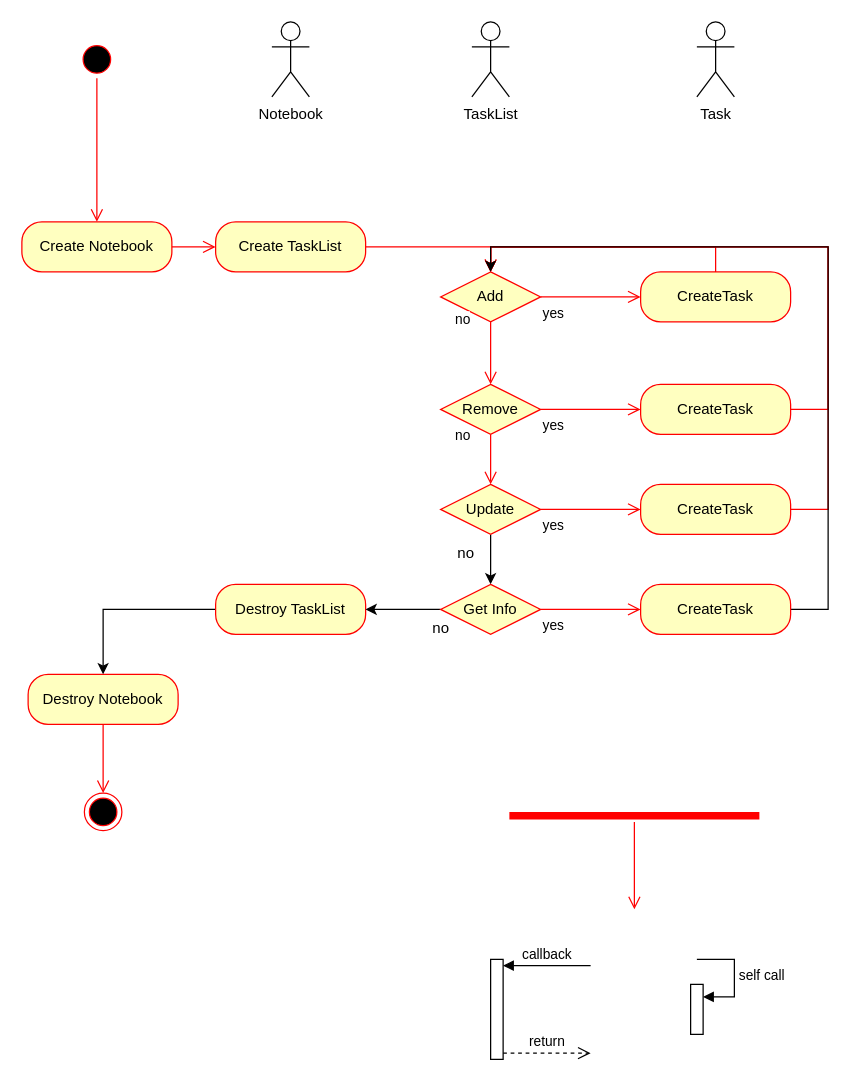
The draw.io diagram ДиаграммаСостояний.drawio in NemirovichMark/Example, before the edit. Source tidied: cells renumbered, new cells numbered last; positions are measured from the earlier drawing's top-left corner, leaving out a move shared by most shapes. Both pictures are drawn from the tidied source at 125%, with x=0, y=0 at pixel (21, 21).
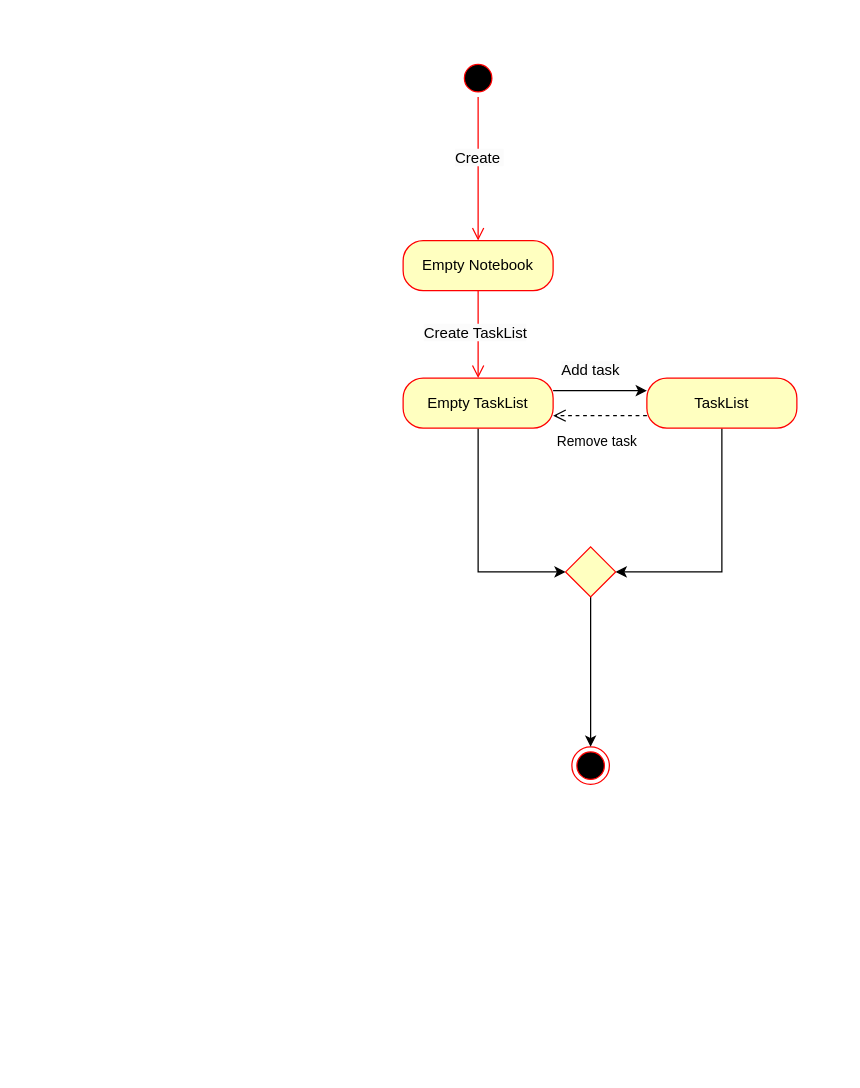
The same diagram, later.

Diff of the diagram source:
```diff
@@
     <mxCell id="2" style="ellipse;html=1;shape=startState;fillColor=#000000;strokeColor=#ff0000;" parent="1" vertex="1">
-      <mxGeometry x="45" y="15" width="30" height="30" as="geometry" />
+      <mxGeometry x="350" y="30" width="30" height="30" as="geometry" />
     </mxCell>
     <mxCell id="3" style="edgeStyle=orthogonalEdgeStyle;html=1;verticalAlign=bottom;endArrow=open;endSize=8;strokeColor=#ff0000;rounded=0;" parent="1" edge="1" source="2" target="4">
       <mxGeometry relative="1" as="geometry">
         <Array as="points">
-          <mxPoint x="120" y="170" />
-          <mxPoint x="200" y="170" />
+          <mxPoint x="425" y="185" />
+          <mxPoint x="505" y="185" />
         </Array>
       </mxGeometry>
     </mxCell>
-    <mxCell id="4" value="Create Notebook" style="rounded=1;whiteSpace=wrap;html=1;arcSize=40;fontColor=#000000;fillColor=#ffffc0;strokeColor=#ff0000;" parent="1" vertex="1">
-      <mxGeometry y="160" width="120" height="40" as="geometry" />
+    <mxCell id="4" value="Empty Notebook" style="rounded=1;whiteSpace=wrap;html=1;arcSize=40;fontColor=#000000;fillColor=#ffffc0;strokeColor=#ff0000;" parent="1" vertex="1">
+      <mxGeometry x="305" y="175" width="120" height="40" as="geometry" />
     </mxCell>
-    <mxCell id="5" style="edgeStyle=orthogonalEdgeStyle;html=1;verticalAlign=bottom;endArrow=open;endSize=8;strokeColor=#ff0000;rounded=0;" parent="1" edge="1" source="4">
-      <mxGeometry relative="1" as="geometry">
-        <mxPoint x="155" y="180" as="targetPoint" />
-      </mxGeometry>
+    <mxCell id="5" style="edgeStyle=orthogonalEdgeStyle;html=1;verticalAlign=bottom;endArrow=open;endSize=8;strokeColor=#ff0000;rounded=0;" parent="1" edge="1" source="4" target="49">
+      <mxGeometry relative="1" as="geometry" />
     </mxCell>
     <mxCell id="6" style="ellipse;html=1;shape=endState;fillColor=#000000;strokeColor=#ff0000;" parent="1" vertex="1">
-      <mxGeometry x="50" y="617" width="30" height="30" as="geometry" />
+      <mxGeometry x="440" y="580" width="30" height="30" as="geometry" />
     </mxCell>
-    <mxCell id="7" value="&lt;span style=&quot;text-wrap: wrap;&quot;&gt;Notebook&lt;/span&gt;" style="shape=umlActor;verticalLabelPosition=bottom;verticalAlign=top;html=1;" parent="1" vertex="1">
-      <mxGeometry x="200" width="30" height="60" as="geometry" />
-    </mxCell>
-    <mxCell id="8" value="TaskList" style="shape=umlActor;verticalLabelPosition=bottom;verticalAlign=top;html=1;" parent="1" vertex="1">
-      <mxGeometry x="360" width="30" height="60" as="geometry" />
-    </mxCell>
-    <mxCell id="9" value="Task" style="shape=umlActor;verticalLabelPosition=bottom;verticalAlign=top;html=1;" parent="1" vertex="1">
-      <mxGeometry x="540" width="30" height="60" as="geometry" />
-    </mxCell>
+    <mxCell id="45" style="edgeStyle=orthogonalEdgeStyle;rounded=0;jettySize=auto;html=1;exitX=0.5;exitY=1;exitDx=0;exitDy=0;entryX=1;entryY=0.5;entryDx=0;entryDy=0;" parent="1" edge="1" source="15" target="53">
+      <mxGeometry relative="1" as="geometry" />
+    </mxCell>
+    <mxCell id="15" value="TaskList" style="rounded=1;whiteSpace=wrap;html=1;arcSize=40;fontColor=#000000;fillColor=#ffffc0;strokeColor=#ff0000;" parent="1" vertex="1">
+      <mxGeometry x="500" y="285" width="120" height="40" as="geometry" />
+    </mxCell>
+    <mxCell id="46" value="&lt;span style=&quot;color: rgb(0, 0, 0); font-family: Helvetica; font-size: 12px; font-style: normal; font-variant-ligatures: normal; font-variant-caps: normal; font-weight: 400; letter-spacing: normal; orphans: 2; text-align: center; text-indent: 0px; text-transform: none; widows: 2; word-spacing: 0px; -webkit-text-stroke-width: 0px; white-space: normal; background-color: rgb(251, 251, 251); text-decoration-thickness: initial; text-decoration-style: initial; text-decoration-color: initial; display: inline !important; float: none;&quot;&gt;Create&lt;span&gt;&amp;nbsp;&lt;/span&gt;&lt;/span&gt;" style="text;whiteSpace=wrap;html=1;" parent="1" vertex="1">
+      <mxGeometry x="345" y="95" width="40" height="30" as="geometry" />
+    </mxCell>
+    <mxCell id="47" style="edgeStyle=orthogonalEdgeStyle;rounded=0;jettySize=auto;html=1;exitX=1;exitY=0.25;exitDx=0;exitDy=0;entryX=0;entryY=0.25;entryDx=0;entryDy=0;" parent="1" edge="1" source="49" target="15">
+      <mxGeometry relative="1" as="geometry" />
+    </mxCell>
+    <mxCell id="48" style="edgeStyle=orthogonalEdgeStyle;rounded=0;jettySize=auto;html=1;exitX=0.5;exitY=1;exitDx=0;exitDy=0;entryX=0;entryY=0.5;entryDx=0;entryDy=0;" parent="1" edge="1" source="49" target="53">
+      <mxGeometry relative="1" as="geometry" />
+    </mxCell>
+    <mxCell id="49" value="Empty TaskList" style="rounded=1;whiteSpace=wrap;html=1;arcSize=40;fontColor=#000000;fillColor=#ffffc0;strokeColor=#ff0000;" parent="1" vertex="1">
+      <mxGeometry x="305" y="285" width="120" height="40" as="geometry" />
+    </mxCell>
-    <mxCell id="10" value="Create TaskList" style="rounded=1;whiteSpace=wrap;html=1;arcSize=40;fontColor=#000000;fillColor=#ffffc0;strokeColor=#ff0000;" parent="1" vertex="1">
-      <mxGeometry x="155" y="160" width="120" height="40" as="geometry" />
+    <mxCell id="10" value="&lt;span style=&quot;color: rgb(0, 0, 0); font-family: Helvetica; font-size: 12px; font-style: normal; font-variant-ligatures: normal; font-variant-caps: normal; font-weight: 400; letter-spacing: normal; orphans: 2; text-align: center; text-indent: 0px; text-transform: none; widows: 2; word-spacing: 0px; -webkit-text-stroke-width: 0px; white-space: normal; background-color: rgb(251, 251, 251); text-decoration-thickness: initial; text-decoration-style: initial; text-decoration-color: initial; display: inline !important; float: none;&quot;&gt;Create TaskList&lt;/span&gt;" style="text;whiteSpace=wrap;html=1;" parent="1" vertex="1">
+      <mxGeometry x="320" y="235" width="90" height="20" as="geometry" />
     </mxCell>
-    <mxCell id="11" style="edgeStyle=orthogonalEdgeStyle;html=1;verticalAlign=bottom;endArrow=open;endSize=8;strokeColor=#ff0000;rounded=0;" parent="1" edge="1" source="10" target="16">
-      <mxGeometry relative="1" as="geometry">
-        <Array as="points">
-          <mxPoint x="375" y="180" />
-        </Array>
-      </mxGeometry>
-    </mxCell>
-    <mxCell id="12" value="Destroy Notebook" style="rounded=1;whiteSpace=wrap;html=1;arcSize=40;fontColor=#000000;fillColor=#ffffc0;strokeColor=#ff0000;" parent="1" vertex="1">
-      <mxGeometry x="5" y="522" width="120" height="40" as="geometry" />
-    </mxCell>
-    <mxCell id="13" style="edgeStyle=orthogonalEdgeStyle;html=1;verticalAlign=bottom;endArrow=open;endSize=8;strokeColor=#ff0000;rounded=0;" parent="1" edge="1" source="12" target="6">
-      <mxGeometry relative="1" as="geometry" />
-    </mxCell>
-    <mxCell id="14" style="edgeStyle=orthogonalEdgeStyle;rounded=0;jettySize=auto;html=1;exitX=0.5;exitY=0;exitDx=0;exitDy=0;entryX=0.5;entryY=0;entryDx=0;entryDy=0;strokeColor=#FF0000;" parent="1" edge="1" source="15" target="16">
-      <mxGeometry relative="1" as="geometry" />
-    </mxCell>
-    <mxCell id="15" value="CreateTask" style="rounded=1;whiteSpace=wrap;html=1;arcSize=40;fontColor=#000000;fillColor=#ffffc0;strokeColor=#ff0000;" parent="1" vertex="1">
-      <mxGeometry x="495" y="200" width="120" height="40" as="geometry" />
-    </mxCell>
-    <mxCell id="16" value="Add" style="rhombus;whiteSpace=wrap;html=1;fontColor=#000000;fillColor=#ffffc0;strokeColor=#ff0000;" parent="1" vertex="1">
-      <mxGeometry x="335" y="200" width="80" height="40" as="geometry" />
-    </mxCell>
-    <mxCell id="17" value="no" style="edgeStyle=orthogonalEdgeStyle;html=1;align=left;verticalAlign=bottom;endArrow=open;endSize=8;strokeColor=#ff0000;rounded=0;entryX=0.5;entryY=0;entryDx=0;entryDy=0;" parent="1" edge="1" source="16" target="23">
-      <mxGeometry x="-0.71" y="-30" relative="1" as="geometry" />
-    </mxCell>
-    <mxCell id="18" value="yes" style="edgeStyle=orthogonalEdgeStyle;html=1;align=left;verticalAlign=top;endArrow=open;endSize=8;strokeColor=#ff0000;rounded=0;" parent="1" edge="1" source="16" target="15">
-      <mxGeometry x="-1" relative="1" as="geometry" />
-    </mxCell>
-    <mxCell id="19" style="edgeStyle=orthogonalEdgeStyle;rounded=0;jettySize=auto;html=1;exitX=0;exitY=0.5;exitDx=0;exitDy=0;" parent="1" edge="1" source="20" target="12">
-      <mxGeometry relative="1" as="geometry" />
-    </mxCell>
-    <mxCell id="20" value="Destroy TaskList" style="rounded=1;whiteSpace=wrap;html=1;arcSize=40;fontColor=#000000;fillColor=#ffffc0;strokeColor=#ff0000;" parent="1" vertex="1">
-      <mxGeometry x="155" y="450" width="120" height="40" as="geometry" />
-    </mxCell>
-    <mxCell id="21" style="edgeStyle=orthogonalEdgeStyle;rounded=0;jettySize=auto;html=1;exitX=0.5;exitY=0;exitDx=0;exitDy=0;strokeColor=#FF0000;" parent="1" edge="1" source="22" target="16">
-      <mxGeometry relative="1" as="geometry">
-        <Array as="points">
-          <mxPoint x="555" y="310" />
-          <mxPoint x="645" y="310" />
-          <mxPoint x="645" y="180" />
-          <mxPoint x="375" y="180" />
-        </Array>
-      </mxGeometry>
-    </mxCell>
-    <mxCell id="22" value="CreateTask" style="rounded=1;whiteSpace=wrap;html=1;arcSize=40;fontColor=#000000;fillColor=#ffffc0;strokeColor=#ff0000;" parent="1" vertex="1">
-      <mxGeometry x="495" y="290" width="120" height="40" as="geometry" />
-    </mxCell>
-    <mxCell id="23" value="Remove" style="rhombus;whiteSpace=wrap;html=1;fontColor=#000000;fillColor=#ffffc0;strokeColor=#ff0000;" parent="1" vertex="1">
-      <mxGeometry x="335" y="290" width="80" height="40" as="geometry" />
-    </mxCell>
-    <mxCell id="24" value="yes" style="edgeStyle=orthogonalEdgeStyle;html=1;align=left;verticalAlign=top;endArrow=open;endSize=8;strokeColor=#ff0000;rounded=0;" parent="1" edge="1" source="23" target="22">
-      <mxGeometry x="-1" relative="1" as="geometry" />
-    </mxCell>
-    <mxCell id="25" style="edgeStyle=orthogonalEdgeStyle;rounded=0;jettySize=auto;html=1;exitX=1;exitY=0.5;exitDx=0;exitDy=0;strokeColor=#FF0000;" parent="1" edge="1" source="26" target="16">
-      <mxGeometry relative="1" as="geometry">
-        <Array as="points">
-          <mxPoint x="645" y="390" />
-          <mxPoint x="645" y="180" />
-          <mxPoint x="375" y="180" />
-        </Array>
-      </mxGeometry>
-    </mxCell>
-    <mxCell id="26" value="CreateTask" style="rounded=1;whiteSpace=wrap;html=1;arcSize=40;fontColor=#000000;fillColor=#ffffc0;strokeColor=#ff0000;" parent="1" vertex="1">
-      <mxGeometry x="495" y="370" width="120" height="40" as="geometry" />
-    </mxCell>
-    <mxCell id="27" style="edgeStyle=orthogonalEdgeStyle;rounded=0;jettySize=auto;html=1;exitX=0.5;exitY=1;exitDx=0;exitDy=0;" parent="1" edge="1" source="28" target="34">
-      <mxGeometry relative="1" as="geometry" />
-    </mxCell>
-    <mxCell id="28" value="Update" style="rhombus;whiteSpace=wrap;html=1;fontColor=#000000;fillColor=#ffffc0;strokeColor=#ff0000;" parent="1" vertex="1">
-      <mxGeometry x="335" y="370" width="80" height="40" as="geometry" />
-    </mxCell>
-    <mxCell id="29" value="yes" style="edgeStyle=orthogonalEdgeStyle;html=1;align=left;verticalAlign=top;endArrow=open;endSize=8;strokeColor=#ff0000;rounded=0;" parent="1" edge="1" source="28" target="26">
-      <mxGeometry x="-1" relative="1" as="geometry" />
-    </mxCell>
-    <mxCell id="30" value="no" style="edgeStyle=orthogonalEdgeStyle;html=1;align=left;verticalAlign=bottom;endArrow=open;endSize=8;strokeColor=#ff0000;rounded=0;entryX=0.5;entryY=0;entryDx=0;entryDy=0;exitX=0.5;exitY=1;exitDx=0;exitDy=0;" parent="1" edge="1" source="23" target="28">
-      <mxGeometry x="-0.5" y="-30" relative="1" as="geometry" />
-    </mxCell>
-    <mxCell id="31" style="edgeStyle=orthogonalEdgeStyle;rounded=0;jettySize=auto;html=1;exitX=1;exitY=0.5;exitDx=0;exitDy=0;" parent="1" edge="1" source="32" target="16">
-      <mxGeometry relative="1" as="geometry">
-        <Array as="points">
-          <mxPoint x="645" y="470" />
-          <mxPoint x="645" y="180" />
-          <mxPoint x="375" y="180" />
-        </Array>
-      </mxGeometry>
-    </mxCell>
-    <mxCell id="32" value="CreateTask" style="rounded=1;whiteSpace=wrap;html=1;arcSize=40;fontColor=#000000;fillColor=#ffffc0;strokeColor=#ff0000;" parent="1" vertex="1">
-      <mxGeometry x="495" y="450" width="120" height="40" as="geometry" />
-    </mxCell>
-    <mxCell id="33" style="edgeStyle=orthogonalEdgeStyle;rounded=0;jettySize=auto;html=1;exitX=0;exitY=0.5;exitDx=0;exitDy=0;" parent="1" edge="1" source="34" target="20">
-      <mxGeometry relative="1" as="geometry" />
-    </mxCell>
-    <mxCell id="34" value="Get Info" style="rhombus;whiteSpace=wrap;html=1;fontColor=#000000;fillColor=#ffffc0;strokeColor=#ff0000;" parent="1" vertex="1">
-      <mxGeometry x="335" y="450" width="80" height="40" as="geometry" />
-    </mxCell>
-    <mxCell id="35" value="yes" style="edgeStyle=orthogonalEdgeStyle;html=1;align=left;verticalAlign=top;endArrow=open;endSize=8;strokeColor=#ff0000;rounded=0;" parent="1" edge="1" source="34" target="32">
-      <mxGeometry x="-1" relative="1" as="geometry" />
-    </mxCell>
-    <mxCell id="36" value="no" style="text;html=1;align=center;verticalAlign=middle;strokeColor=none;fillColor=none;" parent="1" vertex="1">
-      <mxGeometry x="335" y="410" width="40" height="30" as="geometry" />
-    </mxCell>
-    <mxCell id="37" value="no" style="text;html=1;align=center;verticalAlign=middle;strokeColor=none;fillColor=none;" parent="1" vertex="1">
-      <mxGeometry x="315" y="470" width="40" height="30" as="geometry" />
-    </mxCell>
-    <mxCell id="38" style="shape=line;html=1;strokeWidth=6;strokeColor=#ff0000;" parent="1" vertex="1">
-      <mxGeometry x="390" y="630" width="200" height="10" as="geometry" />
-    </mxCell>
-    <mxCell id="39" style="edgeStyle=orthogonalEdgeStyle;html=1;verticalAlign=bottom;endArrow=open;endSize=8;strokeColor=#ff0000;rounded=0;" parent="1" edge="1" source="38">
-      <mxGeometry relative="1" as="geometry">
-        <mxPoint x="490" y="710" as="targetPoint" />
-      </mxGeometry>
-    </mxCell>
-    <mxCell id="40" style="html=1;points=[[0,0,0,0,5],[0,1,0,0,-5],[1,0,0,0,5],[1,1,0,0,-5]];perimeter=orthogonalPerimeter;outlineConnect=0;targetShapes=umlLifeline;portConstraint=eastwest;newEdgeStyle={&quot;curved&quot;:0,&quot;rounded&quot;:0};" parent="1" vertex="1">
-      <mxGeometry x="375" y="750" width="10" height="80" as="geometry" />
-    </mxCell>
-    <mxCell id="41" value="callback" style="html=1;verticalAlign=bottom;endArrow=block;curved=0;rounded=0;entryX=1;entryY=0;entryDx=0;entryDy=5;" parent="1" edge="1" target="40">
-      <mxGeometry relative="1" as="geometry">
-        <mxPoint x="455" y="755" as="sourcePoint" />
-      </mxGeometry>
-    </mxCell>
-    <mxCell id="42" value="return" style="html=1;verticalAlign=bottom;endArrow=open;dashed=1;endSize=8;curved=0;rounded=0;exitX=1;exitY=1;exitDx=0;exitDy=-5;" parent="1" edge="1" source="40">
-      <mxGeometry relative="1" as="geometry">
-        <mxPoint x="455" y="825" as="targetPoint" />
-      </mxGeometry>
-    </mxCell>
-    <mxCell id="43" style="html=1;points=[[0,0,0,0,5],[0,1,0,0,-5],[1,0,0,0,5],[1,1,0,0,-5]];perimeter=orthogonalPerimeter;outlineConnect=0;targetShapes=umlLifeline;portConstraint=eastwest;newEdgeStyle={&quot;curved&quot;:0,&quot;rounded&quot;:0};" parent="1" vertex="1">
-      <mxGeometry x="535" y="770" width="10" height="40" as="geometry" />
-    </mxCell>
-    <mxCell id="44" value="self call" style="html=1;align=left;spacingLeft=2;endArrow=block;rounded=0;edgeStyle=orthogonalEdgeStyle;curved=0;rounded=0;" parent="1" edge="1" target="43">
-      <mxGeometry relative="1" as="geometry">
-        <mxPoint x="540" y="750" as="sourcePoint" />
-        <Array as="points">
-          <mxPoint x="570" y="780" />
-        </Array>
-      </mxGeometry>
-    </mxCell>
+    <mxCell id="50" value="Remove task" style="html=1;verticalAlign=bottom;endArrow=open;dashed=1;endSize=8;curved=0;rounded=0;exitX=0;exitY=0.75;exitDx=0;exitDy=0;entryX=1;entryY=0.75;entryDx=0;entryDy=0;" parent="1" edge="1" source="15" target="49">
+      <mxGeometry x="0.07" y="30" relative="1" as="geometry" />
+    </mxCell>
+    <mxCell id="51" value="&lt;span style=&quot;color: rgb(0, 0, 0); font-family: Helvetica; font-size: 12px; font-style: normal; font-variant-ligatures: normal; font-variant-caps: normal; font-weight: 400; letter-spacing: normal; orphans: 2; text-align: center; text-indent: 0px; text-transform: none; widows: 2; word-spacing: 0px; -webkit-text-stroke-width: 0px; white-space: normal; background-color: rgb(251, 251, 251); text-decoration-thickness: initial; text-decoration-style: initial; text-decoration-color: initial; display: inline !important; float: none;&quot;&gt;Add task&lt;/span&gt;" style="text;whiteSpace=wrap;html=1;" parent="1" vertex="1">
+      <mxGeometry x="430" y="265" width="60" height="20" as="geometry" />
+    </mxCell>
+    <mxCell id="52" style="edgeStyle=orthogonalEdgeStyle;rounded=0;jettySize=auto;html=1;exitX=0.5;exitY=1;exitDx=0;exitDy=0;" parent="1" edge="1" source="53" target="6">
+      <mxGeometry relative="1" as="geometry" />
+    </mxCell>
+    <mxCell id="53" style="rhombus;whiteSpace=wrap;html=1;fontColor=#000000;fillColor=#ffffc0;strokeColor=#ff0000;" parent="1" vertex="1">
+      <mxGeometry x="435" y="420" width="40" height="40" as="geometry" />
+    </mxCell>
```
